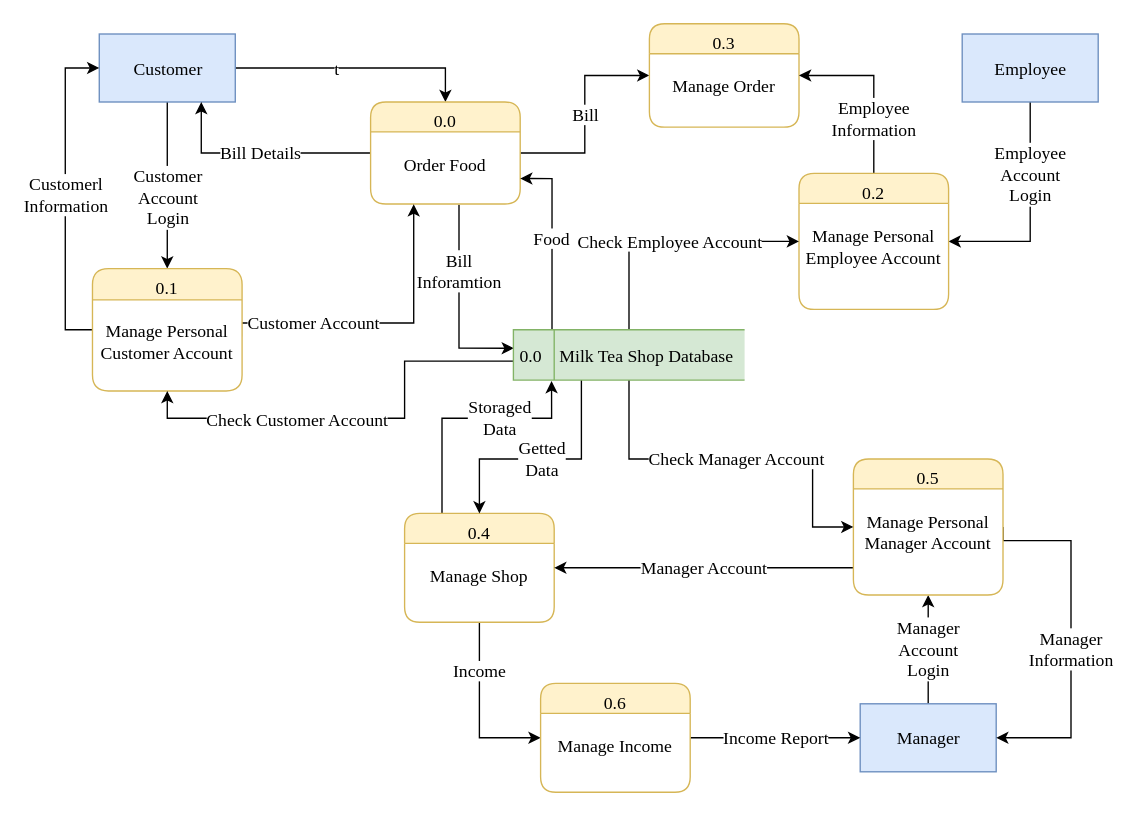
This is page "Level 0" (2 of 9) of document/data flow/dfd.drawio from daomtthuan/do-an, a draw.io file, before an edit. Source tidied: cells renumbered, new cells numbered last; positions are measured from the earlier drawing's top-left corner, leaving out a move shared by most shapes. Both pictures are drawn from the tidied source at 136%, with x=0, y=0 at pixel (91, 23).
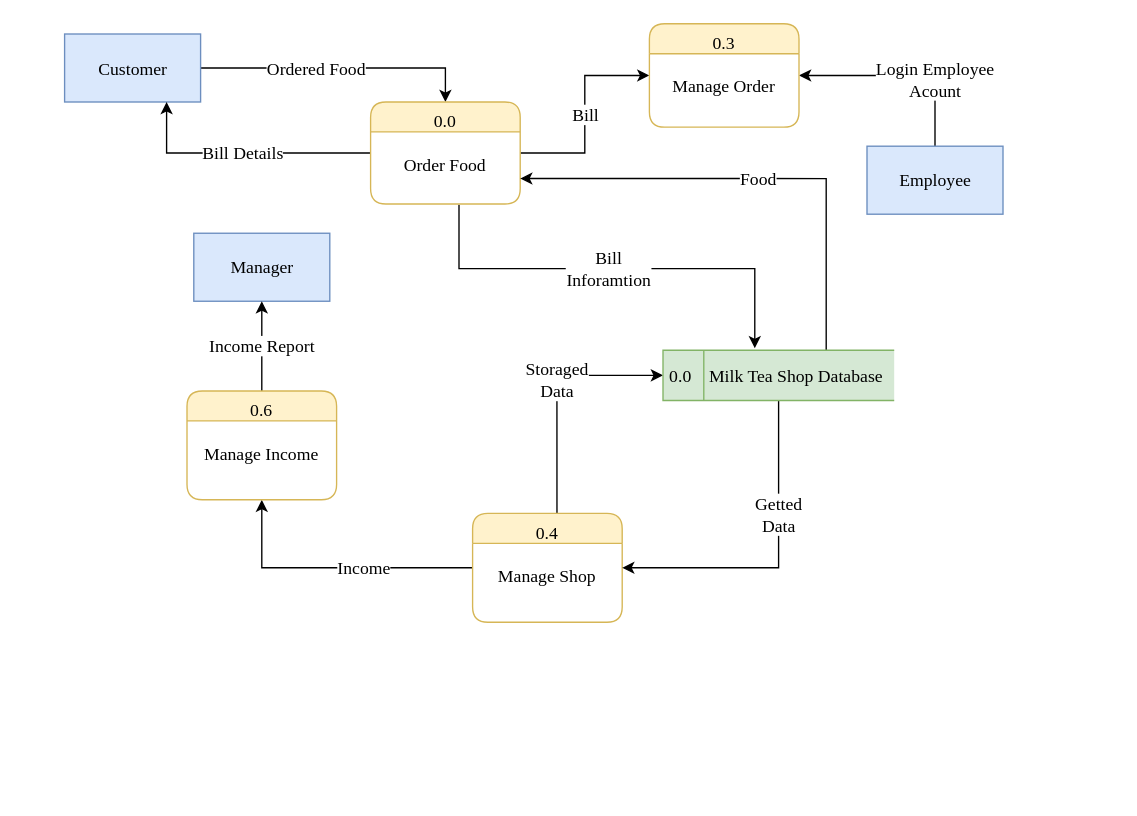
Above is the later version.

Unchanged cells that the change refers to:
```xml
<mxCell id="12" value="0.0&#10;&#10;Order Food" style="swimlane;fontStyle=0;horizontal=1;startSize=22;fillColor=#fff2cc;swimlaneFillColor=#ffffff;rounded=1;strokeWidth=1;verticalAlign=top;arcSize=17;labelPosition=center;verticalLabelPosition=middle;align=center;fontFamily=Times New Roman;strokeColor=#d6b656;fontSize=13;" parent="1" vertex="1">
  <mxGeometry x="205" y="57.5" width="110" height="75" as="geometry" />
</mxCell>
<mxCell id="16" value="0.3&#10;&#10;Manage Order" style="swimlane;fontStyle=0;horizontal=1;startSize=22;fillColor=#fff2cc;swimlaneFillColor=#ffffff;rounded=1;strokeWidth=1;verticalAlign=top;arcSize=17;labelPosition=center;verticalLabelPosition=middle;align=center;fontFamily=Times New Roman;strokeColor=#d6b656;fontSize=13;" parent="1" vertex="1">
  <mxGeometry x="410" width="110" height="76" as="geometry" />
</mxCell>
```

The edit, as a diff of the source:
```diff
@@
-    <mxCell id="2" value="t" style="edgeStyle=orthogonalEdgeStyle;rounded=0;jettySize=auto;html=1;exitX=1;exitY=0.5;exitDx=0;exitDy=0;entryX=0.5;entryY=0;entryDx=0;entryDy=0;fontFamily=Times New Roman;fontSize=13;" parent="1" edge="1" source="4" target="12">
+    <mxCell id="2" value="Ordered Food" style="edgeStyle=orthogonalEdgeStyle;rounded=0;jettySize=auto;html=1;exitX=1;exitY=0.5;exitDx=0;exitDy=0;entryX=0.5;entryY=0;entryDx=0;entryDy=0;fontFamily=Times New Roman;fontSize=13;" parent="1" edge="1" source="4" target="12">
       <mxGeometry x="-0.17" relative="1" as="geometry" />
     </mxCell>
-    <mxCell id="3" value="Customer&lt;br style=&quot;font-size: 13px;&quot;&gt;Account&lt;br style=&quot;font-size: 13px;&quot;&gt;Login" style="edgeStyle=orthogonalEdgeStyle;rounded=0;jettySize=auto;html=1;exitX=0.5;exitY=1;exitDx=0;exitDy=0;entryX=0.5;entryY=0;entryDx=0;entryDy=0;fontFamily=Times New Roman;fontSize=13;" parent="1" edge="1" source="4" target="15">
-      <mxGeometry x="0.14" relative="1" as="geometry" />
-    </mxCell>
     <mxCell id="4" value="&lt;span style=&quot;font-size: 13px;&quot;&gt;&lt;span style=&quot;font-size: 13px;&quot;&gt;Customer&lt;/span&gt;&lt;/span&gt;" style="html=1;dashed=0;whitespace=wrap;strokeWidth=1;fillColor=#dae8fc;strokeColor=#6c8ebf;fontFamily=Times New Roman;fontSize=13;" parent="1" vertex="1">
-      <mxGeometry x="5.5" y="7.5" width="100" height="50" as="geometry" />
+      <mxGeometry x="-20" y="7.5" width="100" height="50" as="geometry" />
     </mxCell>
-    <mxCell id="5" value="Employee&lt;br style=&quot;font-size: 13px;&quot;&gt;Account&lt;br style=&quot;font-size: 13px;&quot;&gt;Login" style="edgeStyle=orthogonalEdgeStyle;rounded=0;jettySize=auto;html=1;exitX=0.5;exitY=1;exitDx=0;exitDy=0;entryX=1;entryY=0.5;entryDx=0;entryDy=0;fontFamily=Times New Roman;fontSize=13;" parent="1" edge="1" source="6" target="21">
+    <mxCell id="5" value="Login Employee&lt;br&gt;Acount" style="edgeStyle=orthogonalEdgeStyle;rounded=0;jettySize=auto;html=1;exitX=0.5;exitY=0;exitDx=0;exitDy=0;entryX=1;entryY=0.5;entryDx=0;entryDy=0;fontFamily=Times New Roman;fontSize=13;" parent="1" edge="1" source="6" target="16">
       <mxGeometry x="-0.35" relative="1" as="geometry" />
     </mxCell>
     <mxCell id="6" value="&lt;span style=&quot;font-size: 13px;&quot;&gt;&lt;span style=&quot;font-size: 13px;&quot;&gt;Employee&lt;/span&gt;&lt;/span&gt;" style="html=1;dashed=0;whitespace=wrap;strokeWidth=1;fillColor=#dae8fc;strokeColor=#6c8ebf;fontFamily=Times New Roman;fontSize=13;" parent="1" vertex="1">
-      <mxGeometry x="640" y="7.5" width="100" height="50" as="geometry" />
+      <mxGeometry x="570" y="90" width="100" height="50" as="geometry" />
     </mxCell>
-    <mxCell id="7" value="Manager&lt;br style=&quot;font-size: 13px;&quot;&gt;Account&lt;br style=&quot;font-size: 13px;&quot;&gt;Login" style="edgeStyle=orthogonalEdgeStyle;rounded=0;jettySize=auto;html=1;entryX=0.5;entryY=1;entryDx=0;entryDy=0;fontFamily=Times New Roman;fontSize=13;" parent="1" edge="1" source="8" target="26">
-      <mxGeometry x="0.25" y="-10" relative="1" as="geometry">
-        <Array as="points">
-          <mxPoint x="615" y="450" />
-          <mxPoint x="615" y="450" />
-        </Array>
-        <mxPoint x="-10" y="10" as="offset" />
-      </mxGeometry>
-    </mxCell>
     <mxCell id="8" value="&lt;span style=&quot;font-size: 13px;&quot;&gt;&lt;span style=&quot;font-size: 13px;&quot;&gt;Manager&lt;/span&gt;&lt;/span&gt;" style="html=1;dashed=0;whitespace=wrap;strokeWidth=1;fillColor=#dae8fc;strokeColor=#6c8ebf;fontFamily=Times New Roman;fontSize=13;" parent="1" vertex="1">
-      <mxGeometry x="565" y="500" width="100" height="50" as="geometry" />
+      <mxGeometry x="75" y="154" width="100" height="50" as="geometry" />
     </mxCell>
@@
-    <mxCell id="10" value="Bill&lt;br style=&quot;font-size: 13px;&quot;&gt;Inforamtion" style="edgeStyle=orthogonalEdgeStyle;rounded=0;jettySize=auto;html=1;entryX=0.002;entryY=0.366;entryDx=0;entryDy=0;entryPerimeter=0;fontFamily=Times New Roman;fontSize=13;" parent="1" edge="1" target="33">
-      <mxGeometry x="-0.33" relative="1" as="geometry">
+    <mxCell id="10" value="Bill&lt;br style=&quot;font-size: 13px;&quot;&gt;Inforamtion" style="edgeStyle=orthogonalEdgeStyle;rounded=0;jettySize=auto;html=1;entryX=0.397;entryY=-0.037;entryDx=0;entryDy=0;entryPerimeter=0;fontFamily=Times New Roman;fontSize=13;" parent="1" edge="1" target="33">
+      <mxGeometry x="-0.03" relative="1" as="geometry">
         <mxPoint x="270" y="133" as="sourcePoint" />
         <Array as="points">
-          <mxPoint x="270" y="239" />
+          <mxPoint x="270" y="180" />
+          <mxPoint x="487" y="180" />
         </Array>
       </mxGeometry>
     </mxCell>
@@
-    <mxCell id="13" value="Customerl&lt;br style=&quot;font-size: 13px;&quot;&gt;Information" style="edgeStyle=orthogonalEdgeStyle;rounded=0;jettySize=auto;html=1;exitX=0;exitY=0.5;exitDx=0;exitDy=0;entryX=0;entryY=0.5;entryDx=0;entryDy=0;fontFamily=Times New Roman;fontSize=13;" parent="1" edge="1" source="15" target="4">
-      <mxGeometry relative="1" as="geometry" />
-    </mxCell>
-    <mxCell id="14" value="Customer Account" style="edgeStyle=orthogonalEdgeStyle;rounded=0;orthogonalLoop=1;jettySize=auto;html=1;entryX=0.25;entryY=1;entryDx=0;entryDy=0;fontFamily=Times New Roman;fontSize=13;" parent="1" edge="1">
-      <mxGeometry x="-0.44" relative="1" as="geometry">
-        <mxPoint x="110" y="230" as="sourcePoint" />
-        <mxPoint x="236.7" y="132.7" as="targetPoint" />
-        <Array as="points">
-          <mxPoint x="237" y="220" />
-        </Array>
-      </mxGeometry>
-    </mxCell>
-    <mxCell id="15" value="0.1&#10;&#10;Manage Personal&#10;Customer Account" style="swimlane;fontStyle=0;horizontal=1;startSize=23;fillColor=#fff2cc;swimlaneFillColor=#ffffff;rounded=1;strokeWidth=1;verticalAlign=top;arcSize=17;labelPosition=center;verticalLabelPosition=middle;align=center;fontFamily=Times New Roman;strokeColor=#d6b656;fontSize=13;" parent="1" vertex="1">
-      <mxGeometry x="0.5" y="180" width="110" height="90" as="geometry" />
-    </mxCell>
@@
-    <mxCell id="17" value="Income" style="edgeStyle=orthogonalEdgeStyle;rounded=0;jettySize=auto;html=1;entryX=0;entryY=0.5;entryDx=0;entryDy=0;exitX=0.5;exitY=1;exitDx=0;exitDy=0;fontFamily=Times New Roman;fontSize=13;" parent="1" edge="1" source="19" target="23">
-      <mxGeometry x="-0.45" relative="1" as="geometry" />
+    <mxCell id="17" value="Income" style="edgeStyle=orthogonalEdgeStyle;rounded=0;jettySize=auto;html=1;entryX=0.5;entryY=1;entryDx=0;entryDy=0;exitX=0;exitY=0.5;exitDx=0;exitDy=0;fontFamily=Times New Roman;fontSize=13;" parent="1" edge="1" source="19" target="23">
+      <mxGeometry x="-0.22" relative="1" as="geometry">
+        <Array as="points">
+          <mxPoint x="125" y="400" />
+        </Array>
+      </mxGeometry>
     </mxCell>
-    <mxCell id="18" value="Storaged&lt;br style=&quot;font-size: 13px;&quot;&gt;Data" style="edgeStyle=orthogonalEdgeStyle;rounded=0;jettySize=auto;html=1;exitX=0.25;exitY=0;exitDx=0;exitDy=0;entryX=0.165;entryY=1.019;entryDx=0;entryDy=0;entryPerimeter=0;fontFamily=Times New Roman;fontSize=13;" parent="1" edge="1" source="19" target="33">
-      <mxGeometry x="0.26" relative="1" as="geometry">
+    <mxCell id="18" value="Storaged&lt;br style=&quot;font-size: 13px;&quot;&gt;Data" style="edgeStyle=orthogonalEdgeStyle;rounded=0;jettySize=auto;html=1;exitX=0.564;exitY=0.011;exitDx=0;exitDy=0;entryX=0;entryY=0.5;entryDx=0;entryDy=0;fontFamily=Times New Roman;fontSize=13;exitPerimeter=0;" parent="1" edge="1" source="19" target="33">
+      <mxGeometry x="0.1" relative="1" as="geometry">
         <Array as="points">
-          <mxPoint x="257" y="290" />
-          <mxPoint x="338" y="290" />
+          <mxPoint x="342" y="259" />
         </Array>
       </mxGeometry>
     </mxCell>
     <mxCell id="19" value="0.4&#10;&#10;Manage Shop" style="swimlane;fontStyle=0;horizontal=1;startSize=22;fillColor=#fff2cc;swimlaneFillColor=#ffffff;rounded=1;strokeWidth=1;verticalAlign=top;arcSize=17;labelPosition=center;verticalLabelPosition=middle;align=center;fontFamily=Times New Roman;strokeColor=#d6b656;fontSize=13;" parent="1" vertex="1">
-      <mxGeometry x="230" y="360" width="110" height="80" as="geometry" />
+      <mxGeometry x="280" y="360" width="110" height="80" as="geometry" />
     </mxCell>
-    <mxCell id="20" value="Employee&lt;br style=&quot;font-size: 13px;&quot;&gt;Information" style="edgeStyle=orthogonalEdgeStyle;rounded=0;jettySize=auto;html=1;entryX=1;entryY=0.5;entryDx=0;entryDy=0;fontFamily=Times New Roman;fontSize=13;" parent="1" edge="1" source="21" target="16">
-      <mxGeometry x="-0.37" relative="1" as="geometry" />
-    </mxCell>
-    <mxCell id="21" value="0.2&#10;&#10;Manage Personal&#10;Employee Account" style="swimlane;fontStyle=0;horizontal=1;startSize=22;fillColor=#fff2cc;swimlaneFillColor=#ffffff;rounded=1;strokeWidth=1;verticalAlign=top;arcSize=17;labelPosition=center;verticalLabelPosition=middle;align=center;fontFamily=Times New Roman;strokeColor=#d6b656;fontSize=13;" parent="1" vertex="1">
-      <mxGeometry x="520" y="110" width="110" height="100" as="geometry" />
-    </mxCell>
-    <mxCell id="22" value="Income Report" style="edgeStyle=orthogonalEdgeStyle;rounded=0;jettySize=auto;html=1;entryX=0;entryY=0.5;entryDx=0;entryDy=0;fontFamily=Times New Roman;fontSize=13;" parent="1" edge="1" source="23" target="8">
+    <mxCell id="22" value="Income Report" style="edgeStyle=orthogonalEdgeStyle;rounded=0;jettySize=auto;html=1;entryX=0.5;entryY=1;entryDx=0;entryDy=0;fontFamily=Times New Roman;fontSize=13;" parent="1" edge="1" source="23" target="8">
       <mxGeometry relative="1" as="geometry" />
     </mxCell>
     <mxCell id="23" value="0.6&#10;&#10;Manage Income" style="swimlane;fontStyle=0;horizontal=1;startSize=22;fillColor=#fff2cc;swimlaneFillColor=#ffffff;rounded=1;strokeWidth=1;verticalAlign=top;arcSize=17;labelPosition=center;verticalLabelPosition=middle;align=center;fontFamily=Times New Roman;strokeColor=#d6b656;fontSize=13;" parent="1" vertex="1">
-      <mxGeometry x="330" y="485" width="110" height="80" as="geometry" />
+      <mxGeometry x="70" y="270" width="110" height="80" as="geometry" />
     </mxCell>
-    <mxCell id="24" value="Manager&lt;br style=&quot;font-size: 13px;&quot;&gt;Information" style="edgeStyle=orthogonalEdgeStyle;rounded=0;jettySize=auto;html=1;entryX=1;entryY=0.5;entryDx=0;entryDy=0;exitX=1;exitY=0.5;exitDx=0;exitDy=0;fontFamily=Times New Roman;fontSize=13;" parent="1" edge="1" source="26" target="8">
-      <mxGeometry x="0.08" relative="1" as="geometry">
-        <Array as="points">
-          <mxPoint x="670" y="380" />
-          <mxPoint x="720" y="380" />
-          <mxPoint x="720" y="525" />
-        </Array>
-      </mxGeometry>
-    </mxCell>
-    <mxCell id="25" value="Manager Account" style="edgeStyle=orthogonalEdgeStyle;rounded=0;jettySize=auto;html=1;entryX=1;entryY=0.5;entryDx=0;entryDy=0;fontFamily=Times New Roman;fontSize=13;" parent="1" edge="1" source="26" target="19">
-      <mxGeometry relative="1" as="geometry">
-        <Array as="points">
-          <mxPoint x="530" y="400" />
-          <mxPoint x="530" y="400" />
-        </Array>
-      </mxGeometry>
-    </mxCell>
-    <mxCell id="26" value="0.5&#10;&#10;Manage Personal&#10;Manager Account" style="swimlane;fontStyle=0;horizontal=1;startSize=22;fillColor=#fff2cc;swimlaneFillColor=#ffffff;rounded=1;strokeWidth=1;verticalAlign=top;arcSize=17;labelPosition=center;verticalLabelPosition=middle;align=center;fontFamily=Times New Roman;strokeColor=#d6b656;fontSize=13;" parent="1" vertex="1">
-      <mxGeometry x="560" y="320" width="110" height="100" as="geometry" />
-    </mxCell>
-    <mxCell id="27" value="Food" style="edgeStyle=orthogonalEdgeStyle;rounded=0;jettySize=auto;html=1;entryX=1;entryY=0.75;entryDx=0;entryDy=0;exitX=0.167;exitY=-0.009;exitDx=0;exitDy=0;exitPerimeter=0;fontFamily=Times New Roman;fontSize=13;" parent="1" edge="1" source="33" target="12">
-      <mxGeometry relative="1" as="geometry" />
+    <mxCell id="27" value="Food" style="edgeStyle=orthogonalEdgeStyle;rounded=0;jettySize=auto;html=1;entryX=1;entryY=0.75;entryDx=0;entryDy=0;fontFamily=Times New Roman;fontSize=13;" parent="1" edge="1" source="33" target="12">
+      <mxGeometry relative="1" as="geometry">
+        <Array as="points">
+          <mxPoint x="540" y="114" />
+        </Array>
+      </mxGeometry>
     </mxCell>
-    <mxCell id="28" style="edgeStyle=orthogonalEdgeStyle;rounded=0;jettySize=auto;html=1;entryX=0.5;entryY=1;entryDx=0;entryDy=0;fontFamily=Times New Roman;fontSize=13;" parent="1" edge="1" target="15">
-      <mxGeometry relative="1" as="geometry">
-        <mxPoint x="310" y="248" as="sourcePoint" />
-        <Array as="points">
-          <mxPoint x="230" y="248" />
-          <mxPoint x="230" y="290" />
-          <mxPoint x="55" y="290" />
-        </Array>
-      </mxGeometry>
-    </mxCell>
-    <mxCell id="29" value="&lt;span style=&quot;font-size: 13px;&quot;&gt;Check Customer Account&lt;/span&gt;" style="text;html=1;align=center;verticalAlign=middle;labelBackgroundColor=#ffffff;fontFamily=Times New Roman;fontSize=13;" parent="28" vertex="1">
-      <mxGeometry x="0.06" relative="1" as="geometry">
-        <mxPoint x="-33.5" as="offset" />
-      </mxGeometry>
-    </mxCell>
-    <mxCell id="30" value="Check Employee Account" style="edgeStyle=orthogonalEdgeStyle;rounded=0;jettySize=auto;html=1;entryX=0;entryY=0.5;entryDx=0;entryDy=0;exitX=0.5;exitY=0;exitDx=0;exitDy=0;fontFamily=Times New Roman;fontSize=13;" parent="1" edge="1" source="33" target="21">
-      <mxGeometry relative="1" as="geometry" />
-    </mxCell>
-    <mxCell id="31" value="Check Manager Account" style="edgeStyle=orthogonalEdgeStyle;rounded=0;jettySize=auto;html=1;exitX=0.5;exitY=1;exitDx=0;exitDy=0;entryX=0;entryY=0.5;entryDx=0;entryDy=0;fontFamily=Times New Roman;fontSize=13;" parent="1" edge="1" source="33" target="26">
-      <mxGeometry relative="1" as="geometry">
-        <Array as="points">
-          <mxPoint x="395" y="320" />
-          <mxPoint x="530" y="320" />
-          <mxPoint x="530" y="370" />
-        </Array>
-      </mxGeometry>
-    </mxCell>
-    <mxCell id="32" value="Getted&lt;br style=&quot;font-size: 13px;&quot;&gt;Data" style="edgeStyle=orthogonalEdgeStyle;rounded=0;jettySize=auto;html=1;entryX=0.5;entryY=0;entryDx=0;entryDy=0;fontFamily=Times New Roman;fontSize=13;" parent="1" edge="1" source="33" target="19">
-      <mxGeometry relative="1" as="geometry">
+    <mxCell id="32" value="Getted&lt;br style=&quot;font-size: 13px;&quot;&gt;Data" style="edgeStyle=orthogonalEdgeStyle;rounded=0;jettySize=auto;html=1;entryX=1;entryY=0.5;entryDx=0;entryDy=0;fontFamily=Times New Roman;fontSize=13;exitX=0.5;exitY=1;exitDx=0;exitDy=0;" parent="1" edge="1" source="33" target="19">
+      <mxGeometry x="-0.29" relative="1" as="geometry">
         <Array as="points">
-          <mxPoint x="360" y="320" />
-          <mxPoint x="285" y="320" />
+          <mxPoint x="505" y="400" />
         </Array>
       </mxGeometry>
     </mxCell>
     <mxCell id="33" value="0.0&amp;nbsp; &amp;nbsp; Milk Tea Shop Database" style="html=1;dashed=0;whitespace=wrap;shape=mxgraph.dfd.dataStoreID;align=left;spacingLeft=3;points=[[0,0],[0.5,0],[1,0],[0,0.5],[1,0.5],[0,1],[0.5,1],[1,1]];fillColor=#d5e8d4;strokeColor=#82b366;fontFamily=Times New Roman;fontSize=13;" parent="1" vertex="1">
-      <mxGeometry x="310" y="225" width="170" height="37" as="geometry" />
+      <mxGeometry x="420" y="240" width="170" height="37" as="geometry" />
     </mxCell>
```
